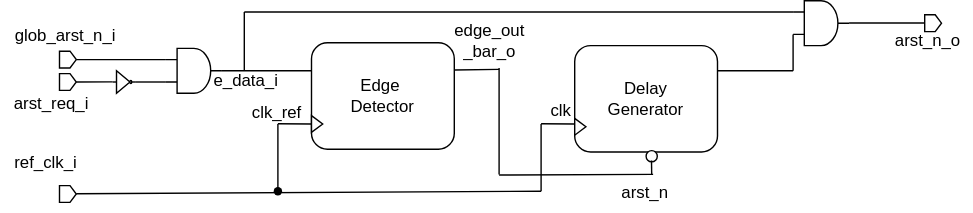
foez-ahmed-dsi/CRG_20240212 keeps this draw.io diagram as docs/arst_n_o.svg. Above is the earlier version. Source tidied: cells renumbered, new cells last; positions are measured from the earlier drawing's top-left corner, leaving out a move shared by most shapes.
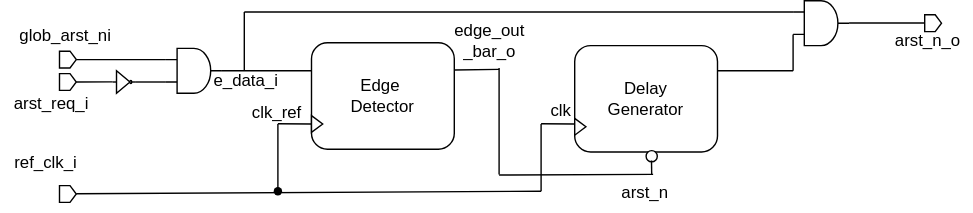
Above is the later version.

The edit, as a diff of the source:
```diff
@@ -41,7 +41,7 @@
     <mxCell id="11" style="shape=offPageConnector;whiteSpace=wrap;html=1;direction=north;" parent="1" vertex="1">
       <mxGeometry x="42" y="52" width="12" height="12" as="geometry" />
     </mxCell>
-    <mxCell id="12" value="glob_arst_n_i" style="text;html=1;align=center;verticalAlign=middle;strokeColor=none;fillColor=none;" parent="1" vertex="1">
+    <mxCell id="12" value="glob_arst_ni" style="text;html=1;align=center;verticalAlign=middle;strokeColor=none;fillColor=none;" parent="1" vertex="1">
       <mxGeometry y="11" width="92" height="28" as="geometry" />
     </mxCell>
     <mxCell id="13" value="arst_req_i" style="text;html=1;align=center;verticalAlign=middle;strokeColor=none;fillColor=none;" parent="1" vertex="1">
```
